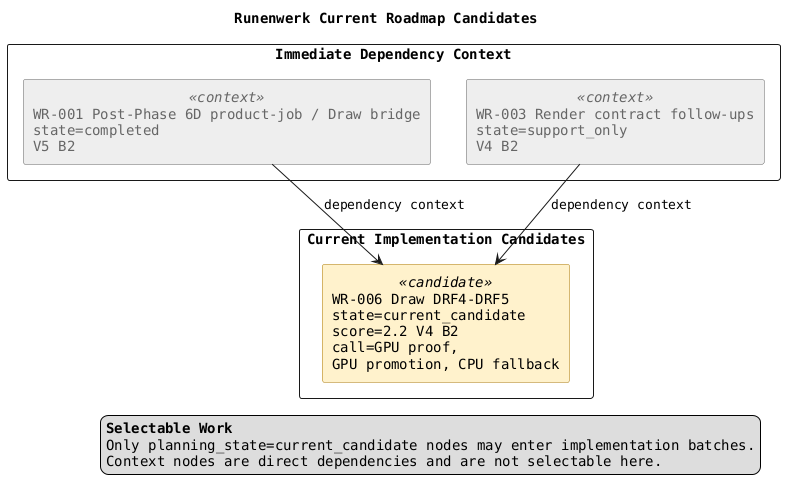
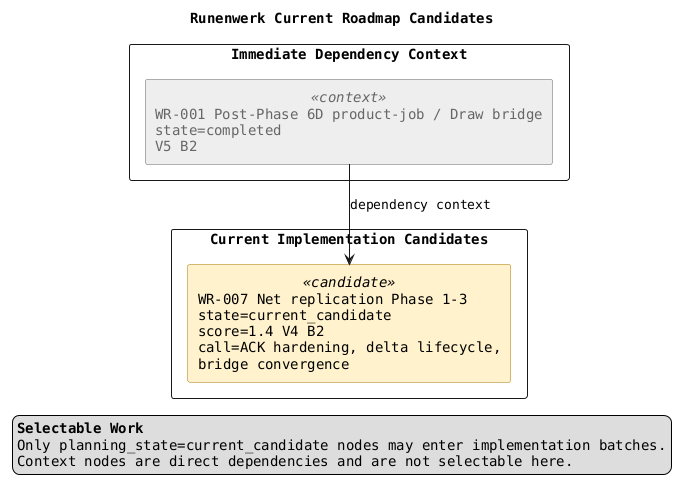
@startuml
title Runenwerk Current Roadmap Candidates

top to bottom direction
skinparam componentStyle rectangle
skinparam shadowing false
skinparam packageStyle rectangle
skinparam defaultFontName Monospaced

skinparam component {
  BackgroundColor<<candidate>> #FFF2CC
  BorderColor<<candidate>> #AA7700
  BackgroundColor<<context>> #EEEEEE
  BorderColor<<context>> #666666
  FontColor<<context>> #666666
}

legend right
  <b>Selectable Work</b>
  Only planning_state=current_candidate nodes may enter implementation batches.
  Context nodes are direct dependencies and are not selectable here.
endlegend

package "Immediate Dependency Context" {
  component "WR-001 Post-Phase 6D product-job / Draw bridge\nstate=completed\nV5 B2" as DRAWNEXT <<context>>

-   component "WR-003 Render contract follow-ups\nstate=support_only\nV4 B2" as RENDER <<context>>
+ }
+ 
+ package "Current Implementation Candidates" {
+   component "WR-007 Net replication Phase 1-3\nstate=current_candidate\nscore=1.4 V4 B2\ncall=ACK hardening, delta lifecycle,\nbridge convergence" as NET <<candidate>>

}

- package "Current Implementation Candidates" {
-   component "WR-006 Draw DRF4-DRF5\nstate=current_candidate\nscore=2.2 V4 B2\ncall=GPU proof,\nGPU promotion, CPU fallback" as DRAW <<candidate>>
- 
- }
- 
- DRAWNEXT -down-> DRAW : dependency context
- RENDER -down-> DRAW : dependency context
+ DRAWNEXT -down-> NET : dependency context

@enduml
